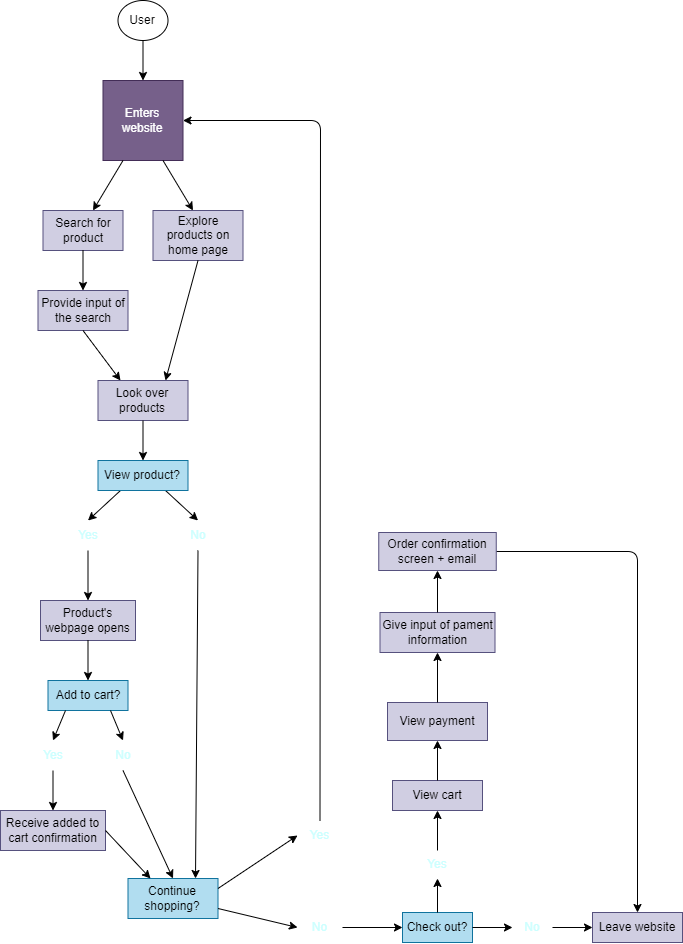
The draw.io diagram explore/diagramming/diagram.drawio.png in hsc012/fa22-cse110-lab4, before a commit. Source tidied: cells renumbered, new cells last; positions are measured from the earlier drawing's top-left corner, leaving out a move shared by most shapes.
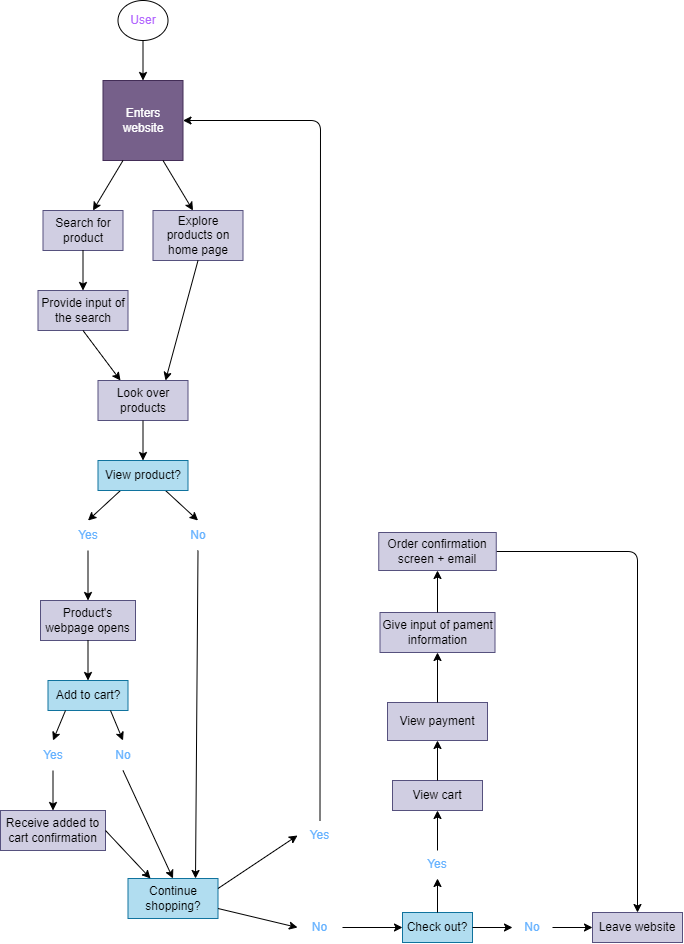
Above is the later version.

Change to the diagram source:
```diff
@@ -34,7 +34,7 @@
     <mxCell id="9" value="Provide input of the search" style="rounded=0;whiteSpace=wrap;html=1;fillColor=#d0cee2;strokeColor=#56517e;fontColor=#000000;" parent="1" vertex="1">
       <mxGeometry x="37.5" y="290" width="90" height="40" as="geometry" />
     </mxCell>
-    <mxCell id="10" value="User" style="ellipse;whiteSpace=wrap;html=1;" parent="1" vertex="1">
+    <mxCell id="10" value="User" style="ellipse;whiteSpace=wrap;html=1;fontColor=#B266FF;" parent="1" vertex="1">
       <mxGeometry x="117.5" width="50" height="40" as="geometry" />
     </mxCell>
     <mxCell id="11" style="endArrow=classic;html=1;exitX=0.5;exitY=1;exitDx=0;exitDy=0;entryX=0.25;entryY=0;entryDx=0;entryDy=0;" parent="1" edge="1" source="9" target="13">
@@ -55,10 +55,10 @@
     <mxCell id="16" value="View product?" style="rounded=0;whiteSpace=wrap;html=1;fillColor=#b1ddf0;strokeColor=#10739e;fontColor=#000000;" parent="1" vertex="1">
       <mxGeometry x="97.5" y="460" width="90" height="30" as="geometry" />
     </mxCell>
-    <mxCell id="17" value="Yes" style="text;html=1;strokeColor=none;fillColor=none;align=center;verticalAlign=middle;whiteSpace=wrap;rounded=0;fontColor=#CCFFFF;" parent="1" vertex="1">
+    <mxCell id="17" value="Yes" style="text;html=1;strokeColor=none;fillColor=none;align=center;verticalAlign=middle;whiteSpace=wrap;rounded=0;fontColor=#66B2FF;" parent="1" vertex="1">
       <mxGeometry x="57.5" y="520" width="60" height="30" as="geometry" />
     </mxCell>
-    <mxCell id="18" value="No" style="text;html=1;strokeColor=none;fillColor=none;align=center;verticalAlign=middle;whiteSpace=wrap;rounded=0;fontColor=#CCFFFF;" parent="1" vertex="1">
+    <mxCell id="18" value="No" style="text;html=1;strokeColor=none;fillColor=none;align=center;verticalAlign=middle;whiteSpace=wrap;rounded=0;fontColor=#66B2FF;" parent="1" vertex="1">
       <mxGeometry x="167.5" y="520" width="60" height="30" as="geometry" />
     </mxCell>
     <mxCell id="19" style="endArrow=classic;html=1;entryX=0.5;entryY=0;entryDx=0;entryDy=0;exitX=0.5;exitY=1;exitDx=0;exitDy=0;" parent="1" edge="1" source="13" target="16">
@@ -94,10 +94,10 @@
         <mxPoint x="110" y="710" as="sourcePoint" />
       </mxGeometry>
     </mxCell>
-    <mxCell id="28" value="Yes" style="text;html=1;strokeColor=none;fillColor=none;align=center;verticalAlign=middle;whiteSpace=wrap;rounded=0;fontColor=#CCFFFF;" parent="1" vertex="1">
+    <mxCell id="28" value="Yes" style="text;html=1;strokeColor=none;fillColor=none;align=center;verticalAlign=middle;whiteSpace=wrap;rounded=0;fontColor=#66B2FF;" parent="1" vertex="1">
       <mxGeometry x="22.5" y="740" width="60" height="30" as="geometry" />
     </mxCell>
-    <mxCell id="29" value="No" style="text;html=1;strokeColor=none;fillColor=none;align=center;verticalAlign=middle;whiteSpace=wrap;rounded=0;fontColor=#CCFFFF;" parent="1" vertex="1">
+    <mxCell id="29" value="No" style="text;html=1;strokeColor=none;fillColor=none;align=center;verticalAlign=middle;whiteSpace=wrap;rounded=0;fontColor=#66B2FF;" parent="1" vertex="1">
       <mxGeometry x="92.5" y="740" width="60" height="30" as="geometry" />
     </mxCell>
     <mxCell id="30" value="Receive added to cart confirmation" style="rounded=0;whiteSpace=wrap;html=1;fillColor=#d0cee2;strokeColor=#56517e;fontColor=#000000;" parent="1" vertex="1">
@@ -115,7 +115,7 @@
     <mxCell id="34" style="endArrow=classic;html=1;fontColor=#000000;entryX=0;entryY=0.5;entryDx=0;entryDy=0;exitX=1;exitY=0.25;exitDx=0;exitDy=0;" parent="1" edge="1" source="22" target="37">
       <mxGeometry relative="1" as="geometry" />
     </mxCell>
-    <mxCell id="35" value="No" style="text;html=1;strokeColor=none;fillColor=none;align=center;verticalAlign=middle;whiteSpace=wrap;rounded=0;fontColor=#CCFFFF;" parent="1" vertex="1">
+    <mxCell id="35" value="No" style="text;html=1;strokeColor=none;fillColor=none;align=center;verticalAlign=middle;whiteSpace=wrap;rounded=0;fontColor=#66B2FF;" parent="1" vertex="1">
       <mxGeometry x="297" y="912" width="45" height="30" as="geometry" />
     </mxCell>
     <mxCell id="36" style="edgeStyle=none;html=1;exitX=0.5;exitY=0;exitDx=0;exitDy=0;entryX=1;entryY=0.5;entryDx=0;entryDy=0;fontColor=#000000;" parent="1" edge="1" source="37" target="2">
@@ -125,7 +125,7 @@
         </Array>
       </mxGeometry>
     </mxCell>
-    <mxCell id="37" value="Yes" style="text;html=1;strokeColor=none;fillColor=none;align=center;verticalAlign=middle;whiteSpace=wrap;rounded=0;fontColor=#CCFFFF;" parent="1" vertex="1">
+    <mxCell id="37" value="Yes" style="text;html=1;strokeColor=none;fillColor=none;align=center;verticalAlign=middle;whiteSpace=wrap;rounded=0;fontColor=#66B2FF;" parent="1" vertex="1">
       <mxGeometry x="297" y="820" width="45" height="30" as="geometry" />
     </mxCell>
     <mxCell id="38" style="endArrow=classic;html=1;fontColor=#CCFFFF;exitX=1;exitY=0.75;exitDx=0;exitDy=0;entryX=0;entryY=0.5;entryDx=0;entryDy=0;" parent="1" edge="1" source="22" target="35">
@@ -137,7 +137,7 @@
     <mxCell id="40" value="Check out?" style="rounded=0;whiteSpace=wrap;html=1;fillColor=#b1ddf0;strokeColor=#10739e;fontColor=#000000;" parent="1" vertex="1">
       <mxGeometry x="402" y="912" width="70" height="30" as="geometry" />
     </mxCell>
-    <mxCell id="41" value="No" style="text;html=1;strokeColor=none;fillColor=none;align=center;verticalAlign=middle;whiteSpace=wrap;rounded=0;fontColor=#CCFFFF;" parent="1" vertex="1">
+    <mxCell id="41" value="No" style="text;html=1;strokeColor=none;fillColor=none;align=center;verticalAlign=middle;whiteSpace=wrap;rounded=0;fontColor=#66B2FF;" parent="1" vertex="1">
       <mxGeometry x="512" y="912" width="40" height="30" as="geometry" />
     </mxCell>
     <mxCell id="42" style="endArrow=classic;html=1;fontColor=#CCFFFF;exitX=1;exitY=0.5;exitDx=0;exitDy=0;entryX=0;entryY=0.5;entryDx=0;entryDy=0;" parent="1" edge="1" source="40" target="41">
@@ -149,7 +149,7 @@
     <mxCell id="44" value="Leave website" style="rounded=0;whiteSpace=wrap;html=1;fillColor=#d0cee2;strokeColor=#56517e;fontColor=#000000;" parent="1" vertex="1">
       <mxGeometry x="592" y="912" width="90" height="30" as="geometry" />
     </mxCell>
-    <mxCell id="45" value="Yes" style="text;html=1;strokeColor=none;fillColor=none;align=center;verticalAlign=middle;whiteSpace=wrap;rounded=0;fontColor=#CCFFFF;" parent="1" vertex="1">
+    <mxCell id="45" value="Yes" style="text;html=1;strokeColor=none;fillColor=none;align=center;verticalAlign=middle;whiteSpace=wrap;rounded=0;fontColor=#66B2FF;" parent="1" vertex="1">
       <mxGeometry x="407" y="850" width="60" height="28" as="geometry" />
     </mxCell>
     <mxCell id="46" style="endArrow=classic;html=1;fontColor=#CCFFFF;exitX=0.5;exitY=0;exitDx=0;exitDy=0;entryX=0.5;entryY=1;entryDx=0;entryDy=0;" parent="1" edge="1" source="40" target="45">
```
